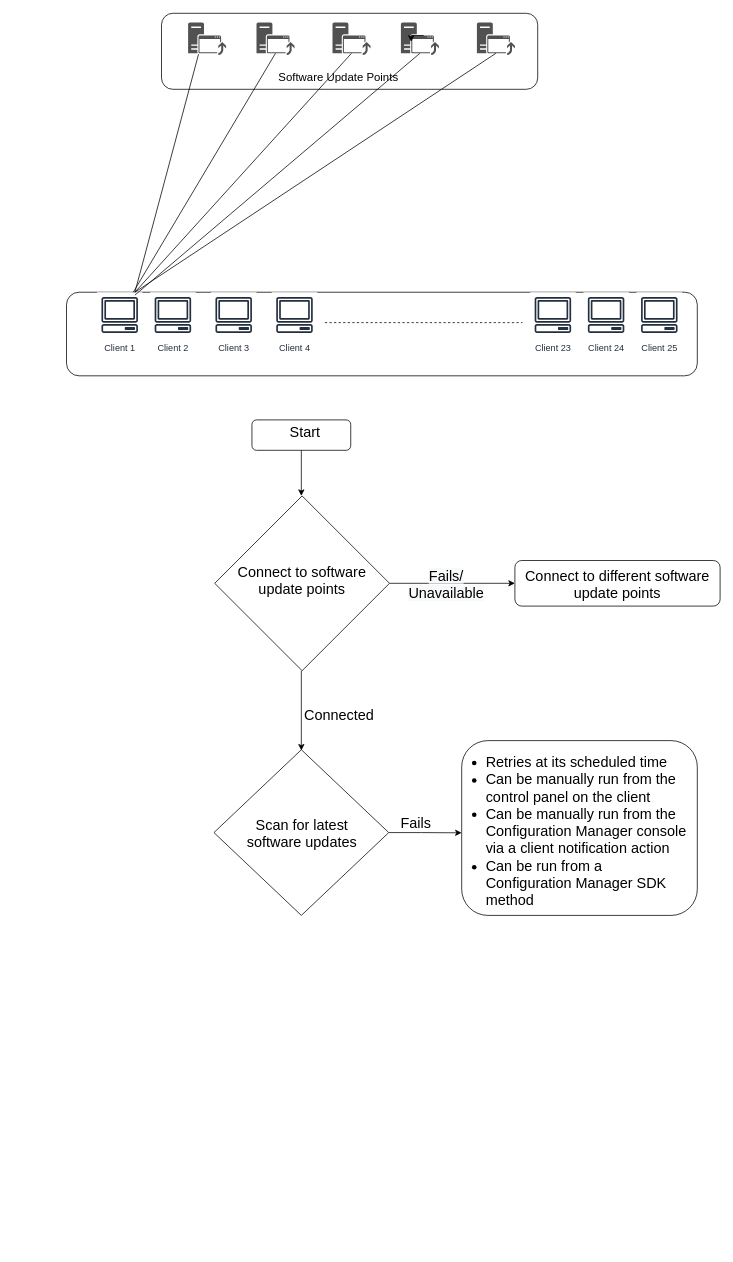
Earlier version of the draw.io diagram Software Update via Intranet.drawio (LazyRaunak/Software-Update-via-Intranet). Source tidied: cells renumbered, new cells numbered last; positions are measured from the earlier drawing's top-left corner, leaving out a move shared by most shapes. Both pictures are drawn from the tidied source at 76%, with x=0, y=0 at pixel (66, 13).
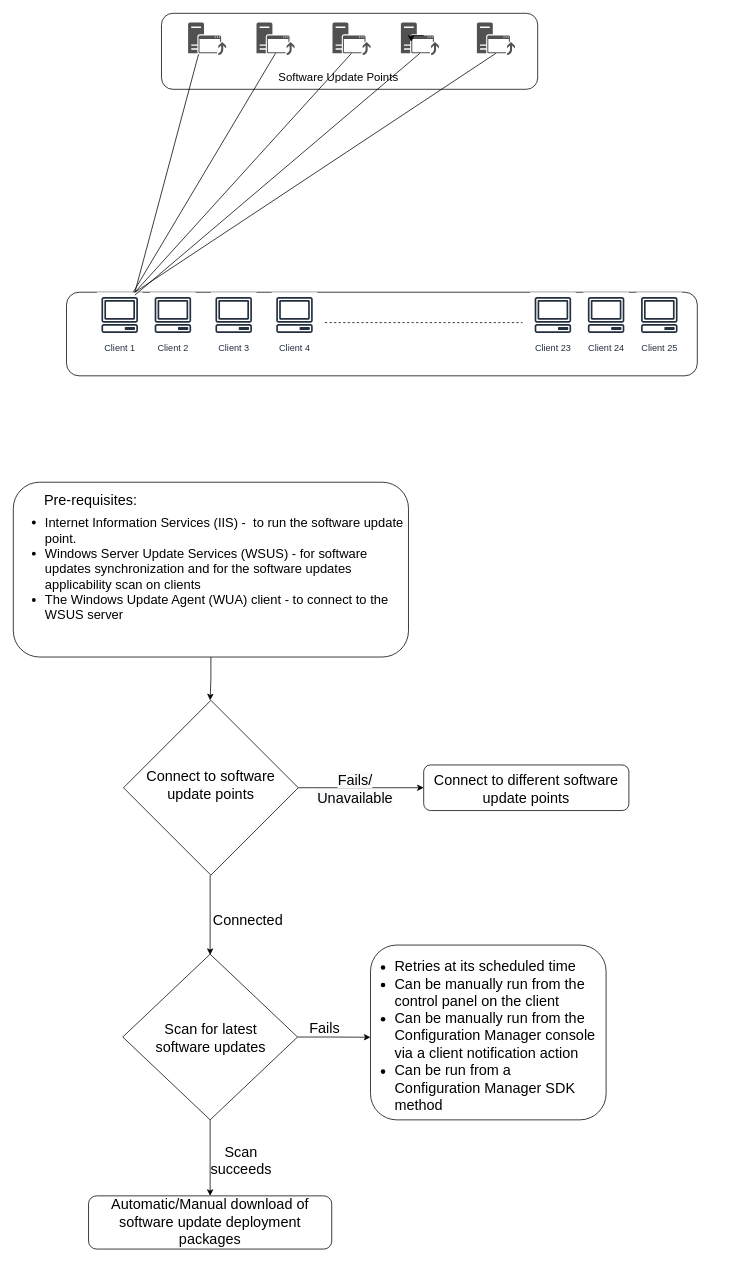
The same page after the edit.

The edit, as a diff of the source:
```diff
@@
+    <mxCell id="41" style="edgeStyle=orthogonalEdgeStyle;rounded=0;jettySize=auto;html=1;exitX=0.5;exitY=1;exitDx=0;exitDy=0;fontSize=19;" parent="1" edge="1" source="3" target="42">
+      <mxGeometry relative="1" as="geometry" />
+    </mxCell>
     <mxCell id="3" style="rhombus;whiteSpace=wrap;html=1;fontSize=19;" parent="1" vertex="1">
-      <mxGeometry x="194" y="969" width="230" height="218" as="geometry" />
+      <mxGeometry x="74" y="1238" width="230" height="218" as="geometry" />
     </mxCell>
     <mxCell id="4" style="edgeStyle=orthogonalEdgeStyle;rounded=0;orthogonalLoop=1;jettySize=auto;html=1;exitX=0.5;exitY=1;exitDx=0;exitDy=0;entryX=0.5;entryY=0;entryDx=0;entryDy=0;fontSize=19;" parent="1" edge="1">
       <mxGeometry relative="1" as="geometry">
-        <mxPoint x="309" y="865" as="sourcePoint" />
-        <mxPoint x="309" y="970" as="targetPoint" />
+        <mxPoint x="189" y="1134" as="sourcePoint" />
+        <mxPoint x="189" y="1239" as="targetPoint" />
       </mxGeometry>
     </mxCell>
@@
     <mxCell id="6" style="rhombus;whiteSpace=wrap;html=1;fontSize=19;" parent="1" vertex="1">
-      <mxGeometry x="195" y="635" width="230" height="230" as="geometry" />
+      <mxGeometry x="75" y="904" width="230" height="230" as="geometry" />
     </mxCell>
@@
     <mxCell id="29" style="edgeStyle=orthogonalEdgeStyle;rounded=0;jettySize=auto;html=1;fontSize=19;" parent="1" edge="1" source="30">
       <mxGeometry relative="1" as="geometry">
-        <mxPoint x="309" y="635" as="targetPoint" />
+        <mxPoint x="189" y="904" as="targetPoint" />
       </mxGeometry>
     </mxCell>
-    <mxCell id="30" style="rounded=1;whiteSpace=wrap;html=1;" parent="1" vertex="1">
-      <mxGeometry x="244" y="535" width="130" height="40" as="geometry" />
+    <mxCell id="30" value="&lt;div style=&quot;font-size: 17px&quot;&gt;&lt;ul&gt;&lt;li&gt;Internet Information Services (IIS) -&amp;nbsp; to run the software update point.&lt;/li&gt;&lt;li&gt;Windows Server Update Services (WSUS) - for software updates synchronization and for the software updates applicability scan on clients&lt;/li&gt;&lt;li&gt;The Windows Update Agent (WUA) client - to connect to the WSUS server&lt;/li&gt;&lt;/ul&gt;&lt;/div&gt;" style="rounded=1;whiteSpace=wrap;html=1;align=left;" parent="1" vertex="1">
+      <mxGeometry x="-70" y="617" width="520" height="230" as="geometry" />
     </mxCell>
     <mxCell id="31" value="Connect to software update points" style="text;html=1;strokeColor=none;fillColor=none;align=center;verticalAlign=middle;whiteSpace=wrap;rounded=0;fontSize=19;" parent="1" vertex="1">
-      <mxGeometry x="215" y="738" width="190" height="17" as="geometry" />
+      <mxGeometry x="95" y="1007" width="190" height="17" as="geometry" />
     </mxCell>
-    <mxCell id="32" value="Start" style="text;html=1;strokeColor=none;fillColor=none;align=center;verticalAlign=middle;whiteSpace=wrap;rounded=0;fontSize=19;" parent="1" vertex="1">
-      <mxGeometry x="294" y="542" width="40" height="20" as="geometry" />
+    <mxCell id="32" value="Pre-requisites:" style="text;html=1;strokeColor=none;fillColor=none;align=center;verticalAlign=middle;whiteSpace=wrap;rounded=0;fontSize=19;" parent="1" vertex="1">
+      <mxGeometry x="-61" y="632" width="186" height="20" as="geometry" />
     </mxCell>
     <mxCell id="33" value="Scan for latest software updates" style="text;html=1;strokeColor=none;fillColor=none;align=center;verticalAlign=middle;whiteSpace=wrap;rounded=0;fontSize=19;" parent="1" vertex="1">
-      <mxGeometry x="210" y="1070" width="200" height="20" as="geometry" />
+      <mxGeometry x="90" y="1339" width="200" height="20" as="geometry" />
     </mxCell>
     <mxCell id="34" value="Connected" style="text;html=1;strokeColor=none;fillColor=none;align=center;verticalAlign=middle;whiteSpace=wrap;rounded=0;fontSize=19;" parent="1" vertex="1">
-      <mxGeometry x="339" y="915" width="40" height="20" as="geometry" />
+      <mxGeometry x="219" y="1184" width="40" height="20" as="geometry" />
     </mxCell>
     <mxCell id="35" style="rounded=1;whiteSpace=wrap;html=1;fontSize=19;" parent="1" vertex="1">
-      <mxGeometry x="590" y="720" width="270" height="60" as="geometry" />
+      <mxGeometry x="470" y="989" width="270" height="60" as="geometry" />
     </mxCell>
     <mxCell id="36" value="Connect to different software update points" style="text;html=1;strokeColor=none;fillColor=none;align=center;verticalAlign=middle;whiteSpace=wrap;rounded=0;fontSize=19;" parent="1" vertex="1">
-      <mxGeometry x="600" y="742" width="250" height="20" as="geometry" />
+      <mxGeometry x="480" y="1011" width="250" height="20" as="geometry" />
     </mxCell>
     <mxCell id="37" value="&lt;span style=&quot;color: rgb(0, 0, 0); font-family: helvetica; font-size: 19px; font-style: normal; font-weight: 400; letter-spacing: normal; text-indent: 0px; text-transform: none; word-spacing: 0px; background-color: rgb(248, 249, 250); display: inline; float: none;&quot;&gt;Fails/&lt;/span&gt;&lt;br style=&quot;color: rgb(0, 0, 0); font-family: helvetica; font-size: 19px; font-style: normal; font-weight: 400; letter-spacing: normal; text-indent: 0px; text-transform: none; word-spacing: 0px; background-color: rgb(248, 249, 250);&quot;&gt;&lt;span style=&quot;color: rgb(0, 0, 0); font-family: helvetica; font-size: 19px; font-style: normal; font-weight: 400; letter-spacing: normal; text-indent: 0px; text-transform: none; word-spacing: 0px; background-color: rgb(248, 249, 250); display: inline; float: none;&quot;&gt;Unavailable&lt;/span&gt;" style="text;whiteSpace=wrap;html=1;fontSize=19;align=center;" parent="1" vertex="1">
-      <mxGeometry x="440" y="723" width="120" height="60" as="geometry" />
+      <mxGeometry x="320" y="992" width="120" height="60" as="geometry" />
     </mxCell>
     <mxCell id="38" style="rounded=1;whiteSpace=wrap;html=1;fontSize=19;align=center;" parent="1" vertex="1">
-      <mxGeometry x="520" y="957" width="310" height="230" as="geometry" />
+      <mxGeometry x="400" y="1226" width="310" height="230" as="geometry" />
     </mxCell>
     <mxCell id="39" value="Fails" style="text;html=1;strokeColor=none;fillColor=none;align=center;verticalAlign=middle;whiteSpace=wrap;rounded=0;fontSize=19;" parent="1" vertex="1">
-      <mxGeometry x="440" y="1057" width="40" height="20" as="geometry" />
+      <mxGeometry x="320" y="1326" width="40" height="20" as="geometry" />
     </mxCell>
     <mxCell id="40" value="&lt;div&gt;&lt;ul&gt;&lt;li&gt;Retries at its scheduled time&lt;/li&gt;&lt;li&gt;Can be manually run from the control panel on the client&lt;/li&gt;&lt;li&gt;Can be manually run from the Configuration Manager console via a client notification action&lt;/li&gt;&lt;li&gt;Can be run from a Configuration Manager SDK method&lt;/li&gt;&lt;/ul&gt;&lt;/div&gt;" style="text;html=1;strokeColor=none;fillColor=none;align=left;verticalAlign=middle;whiteSpace=wrap;rounded=0;fontSize=19;" parent="1" vertex="1">
-      <mxGeometry x="510" y="967" width="310" height="220" as="geometry" />
+      <mxGeometry x="390" y="1236" width="310" height="220" as="geometry" />
     </mxCell>
+    <mxCell id="42" value="Automatic/Manual download of software update deployment packages" style="rounded=1;whiteSpace=wrap;html=1;fontSize=19;align=center;" parent="1" vertex="1">
+      <mxGeometry x="29" y="1556" width="320" height="70" as="geometry" />
+    </mxCell>
+    <mxCell id="43" value="Scan&lt;br&gt;succeeds" style="text;html=1;strokeColor=none;fillColor=none;align=center;verticalAlign=middle;whiteSpace=wrap;rounded=0;fontSize=19;" parent="1" vertex="1">
+      <mxGeometry x="210" y="1500" width="40" height="20" as="geometry" />
+    </mxCell>
```
